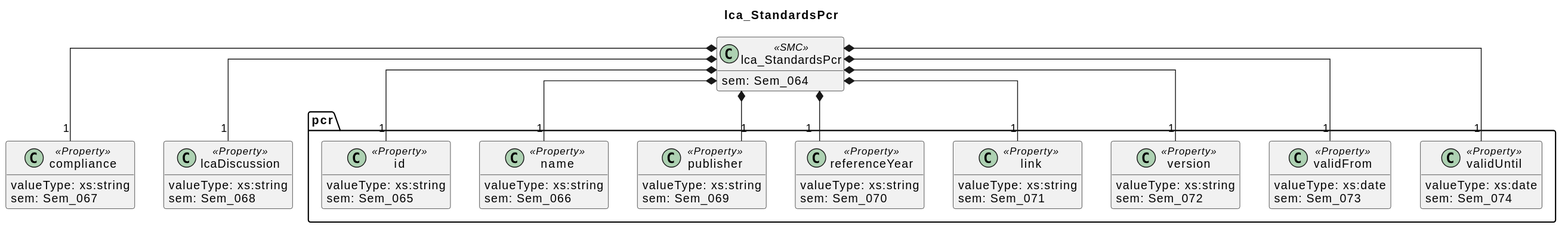
Before: docs/model/sections/lca_StandardsPcr.svg, a diagram exported from PlantUML (Leeeks/aas-epd-type-iii-submodel). The source it was exported from:
```plantuml
@startuml
title lca_StandardsPcr
skinparam classAttributeIconSize 0
skinparam linetype ortho
hide empty members

class lca_StandardsPcr <<SMC>> {
  sem: Sem_064
}
class pcr.id <<Property>> {
  valueType: xs:string
  sem: Sem_065
}
class pcr.name <<Property>> {
  valueType: xs:string
  sem: Sem_066
}
class compliance <<Property>> {
  valueType: xs:string
  sem: Sem_067
}
class lcaDiscussion <<Property>> {
  valueType: xs:string
  sem: Sem_068
}
class pcr.publisher <<Property>> {
  valueType: xs:string
  sem: Sem_069
}
class pcr.referenceYear <<Property>> {
  valueType: xs:string
  sem: Sem_070
}
class pcr.link <<Property>> {
  valueType: xs:string
  sem: Sem_071
}
class pcr.version <<Property>> {
  valueType: xs:string
  sem: Sem_072
}
class pcr.validFrom <<Property>> {
  valueType: xs:date
  sem: Sem_073
}
class pcr.validUntil <<Property>> {
  valueType: xs:date
  sem: Sem_074
}

lca_StandardsPcr *-- "1" pcr.id
lca_StandardsPcr *-- "1" pcr.name
lca_StandardsPcr *-- "1" compliance
lca_StandardsPcr *-- "1" lcaDiscussion
lca_StandardsPcr *-- "1" pcr.publisher
lca_StandardsPcr *-- "1" pcr.referenceYear
lca_StandardsPcr *-- "1" pcr.link
lca_StandardsPcr *-- "1" pcr.version
lca_StandardsPcr *-- "1" pcr.validFrom
lca_StandardsPcr *-- "1" pcr.validUntil
@enduml
```
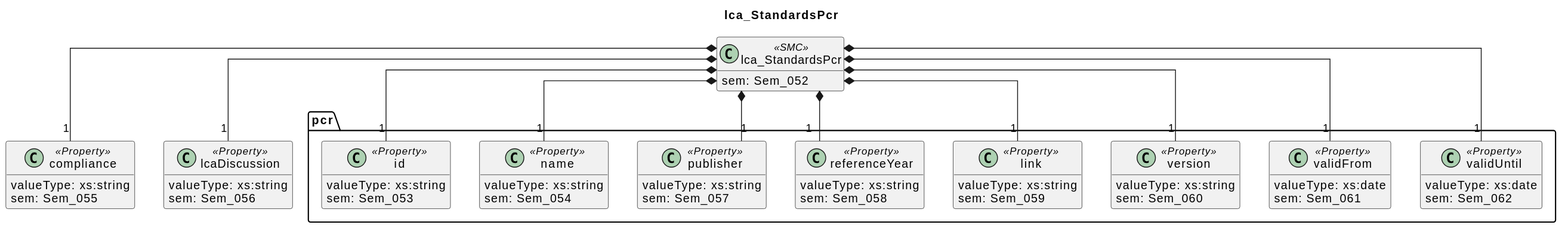
The same diagram one commit later.

The edit, as a diff of the source:
```diff
@@ -5,47 +5,47 @@
 hide empty members
 
 class lca_StandardsPcr <<SMC>> {
-  sem: Sem_064
+  sem: Sem_052
 }
 class pcr.id <<Property>> {
   valueType: xs:string
-  sem: Sem_065
+  sem: Sem_053
 }
 class pcr.name <<Property>> {
   valueType: xs:string
-  sem: Sem_066
+  sem: Sem_054
 }
 class compliance <<Property>> {
   valueType: xs:string
-  sem: Sem_067
+  sem: Sem_055
 }
 class lcaDiscussion <<Property>> {
   valueType: xs:string
-  sem: Sem_068
+  sem: Sem_056
 }
 class pcr.publisher <<Property>> {
   valueType: xs:string
-  sem: Sem_069
+  sem: Sem_057
 }
 class pcr.referenceYear <<Property>> {
   valueType: xs:string
-  sem: Sem_070
+  sem: Sem_058
 }
 class pcr.link <<Property>> {
   valueType: xs:string
-  sem: Sem_071
+  sem: Sem_059
 }
 class pcr.version <<Property>> {
   valueType: xs:string
-  sem: Sem_072
+  sem: Sem_060
 }
 class pcr.validFrom <<Property>> {
   valueType: xs:date
-  sem: Sem_073
+  sem: Sem_061
 }
 class pcr.validUntil <<Property>> {
   valueType: xs:date
-  sem: Sem_074
+  sem: Sem_062
 }
 
 lca_StandardsPcr *-- "1" pcr.id
```
